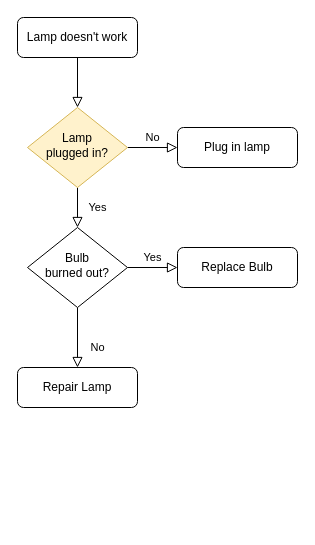
The draw.io diagram 伊智OA.drawio in yangbe/diagrams, before the edit. Source tidied: cells renumbered, new cells numbered last; positions are measured from the earlier drawing's top-left corner, leaving out a move shared by most shapes. Both pictures are drawn from the tidied source at 100%, with x=0, y=0 at pixel (17, 17).
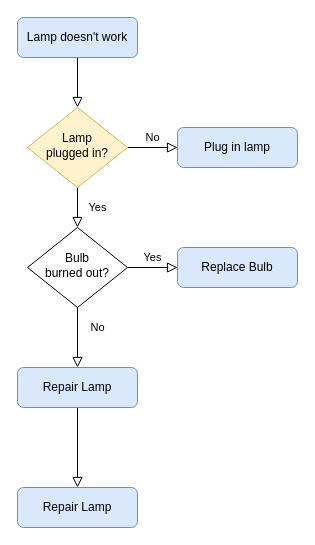
After the change.

Change to the diagram source:
```diff
@@
 <mxGraphModel>
   <root>
     <mxCell id="0" />
     <mxCell id="1" parent="0" />
-    <mxCell id="2" style="rounded=0;html=1;jettySize=auto;fontSize=11;endArrow=block;endFill=0;endSize=8;strokeWidth=1;shadow=0;labelBackgroundColor=none;edgeStyle=orthogonalEdgeStyle;" parent="1" edge="1" source="3" target="6">
+    <mxCell id="2" style="rounded=0;html=1;jettySize=auto;fontSize=11;endArrow=block;endFill=0;endSize=8;strokeWidth=1;shadow=0;labelBackgroundColor=none;" parent="1" edge="1" source="3" target="6">
       <mxGeometry relative="1" as="geometry" />
     </mxCell>
-    <mxCell id="3" value="Lamp doesn't work" style="rounded=1;whiteSpace=wrap;html=1;fontSize=12;glass=0;strokeWidth=1;shadow=0;" parent="1" vertex="1">
+    <mxCell id="3" value="Lamp doesn't work" style="rounded=1;whiteSpace=wrap;html=1;fontSize=12;glass=0;strokeWidth=1;shadow=0;fillColor=#dae8fc;strokeColor=#6c8ebf;" parent="1" vertex="1">
       <mxGeometry width="120" height="40" as="geometry" />
     </mxCell>
     <mxCell id="4" value="Yes" style="rounded=0;html=1;jettySize=auto;fontSize=11;endArrow=block;endFill=0;endSize=8;strokeWidth=1;shadow=0;labelBackgroundColor=none;edgeStyle=orthogonalEdgeStyle;" parent="1" edge="1" source="6" target="10">
       <mxGeometry y="20" relative="1" as="geometry" />
     </mxCell>
     <mxCell id="5" value="No" style="edgeStyle=orthogonalEdgeStyle;rounded=0;html=1;jettySize=auto;fontSize=11;endArrow=block;endFill=0;endSize=8;strokeWidth=1;shadow=0;labelBackgroundColor=none;" parent="1" edge="1" source="6" target="7">
       <mxGeometry y="10" relative="1" as="geometry" />
     </mxCell>
     <mxCell id="6" value="Lamp&lt;br&gt;plugged in?" style="rhombus;whiteSpace=wrap;html=1;shadow=0;fontFamily=Helvetica;fontSize=12;align=center;strokeWidth=1;spacing=6;spacingTop=-4;fillColor=#fff2cc;strokeColor=#d6b656;" parent="1" vertex="1">
       <mxGeometry x="10" y="90" width="100" height="80" as="geometry" />
     </mxCell>
-    <mxCell id="7" value="Plug in lamp" style="rounded=1;whiteSpace=wrap;html=1;fontSize=12;glass=0;strokeWidth=1;shadow=0;" parent="1" vertex="1">
+    <mxCell id="7" value="Plug in lamp" style="rounded=1;whiteSpace=wrap;html=1;fontSize=12;glass=0;strokeWidth=1;shadow=0;strokeColor=#6c8ebf;fillColor=#dae8fc;" parent="1" vertex="1">
       <mxGeometry x="160" y="110" width="120" height="40" as="geometry" />
     </mxCell>
     <mxCell id="8" value="No" style="rounded=0;html=1;jettySize=auto;fontSize=11;endArrow=block;endFill=0;endSize=8;strokeWidth=1;shadow=0;labelBackgroundColor=none;edgeStyle=orthogonalEdgeStyle;" parent="1" edge="1" source="10" target="11">
-      <mxGeometry x="0.33" y="20" relative="1" as="geometry" />
+      <mxGeometry x="-0.33" y="20" relative="1" as="geometry" />
     </mxCell>
     <mxCell id="9" value="Yes" style="edgeStyle=orthogonalEdgeStyle;rounded=0;html=1;jettySize=auto;fontSize=11;endArrow=block;endFill=0;endSize=8;strokeWidth=1;shadow=0;labelBackgroundColor=none;" parent="1" edge="1" source="10" target="12">
       <mxGeometry y="10" relative="1" as="geometry" />
     </mxCell>
     <mxCell id="10" value="Bulb&lt;br&gt;burned out?" style="rhombus;whiteSpace=wrap;html=1;shadow=0;fontFamily=Helvetica;fontSize=12;align=center;strokeWidth=1;spacing=6;spacingTop=-4;" parent="1" vertex="1">
       <mxGeometry x="10" y="210" width="100" height="80" as="geometry" />
     </mxCell>
+    <mxCell id="13" style="edgeStyle=none;rounded=0;jettySize=auto;html=1;startArrow=none;startFill=0;endArrow=block;endFill=0;endSize=8;" parent="1" edge="1" source="11" target="14">
+      <mxGeometry relative="1" as="geometry" />
+    </mxCell>
-    <mxCell id="11" value="Repair Lamp" style="rounded=1;whiteSpace=wrap;html=1;fontSize=12;glass=0;strokeWidth=1;shadow=0;" parent="1" vertex="1">
+    <mxCell id="11" value="Repair Lamp" style="rounded=1;whiteSpace=wrap;html=1;fontSize=12;glass=0;strokeWidth=1;shadow=0;strokeColor=#6c8ebf;fillColor=#dae8fc;" parent="1" vertex="1">
       <mxGeometry y="350" width="120" height="40" as="geometry" />
     </mxCell>
-    <mxCell id="12" value="Replace Bulb" style="rounded=1;whiteSpace=wrap;html=1;fontSize=12;glass=0;strokeWidth=1;shadow=0;" parent="1" vertex="1">
+    <mxCell id="12" value="Replace Bulb" style="rounded=1;whiteSpace=wrap;html=1;fontSize=12;glass=0;strokeWidth=1;shadow=0;strokeColor=#6c8ebf;fillColor=#dae8fc;" parent="1" vertex="1">
       <mxGeometry x="160" y="230" width="120" height="40" as="geometry" />
     </mxCell>
+    <mxCell id="14" value="Repair Lamp" style="rounded=1;whiteSpace=wrap;html=1;fontSize=12;glass=0;strokeWidth=1;shadow=0;strokeColor=#6c8ebf;fillColor=#dae8fc;" parent="1" vertex="1">
+      <mxGeometry y="470" width="120" height="40" as="geometry" />
+    </mxCell>
   </root>
 </mxGraphModel>
```
